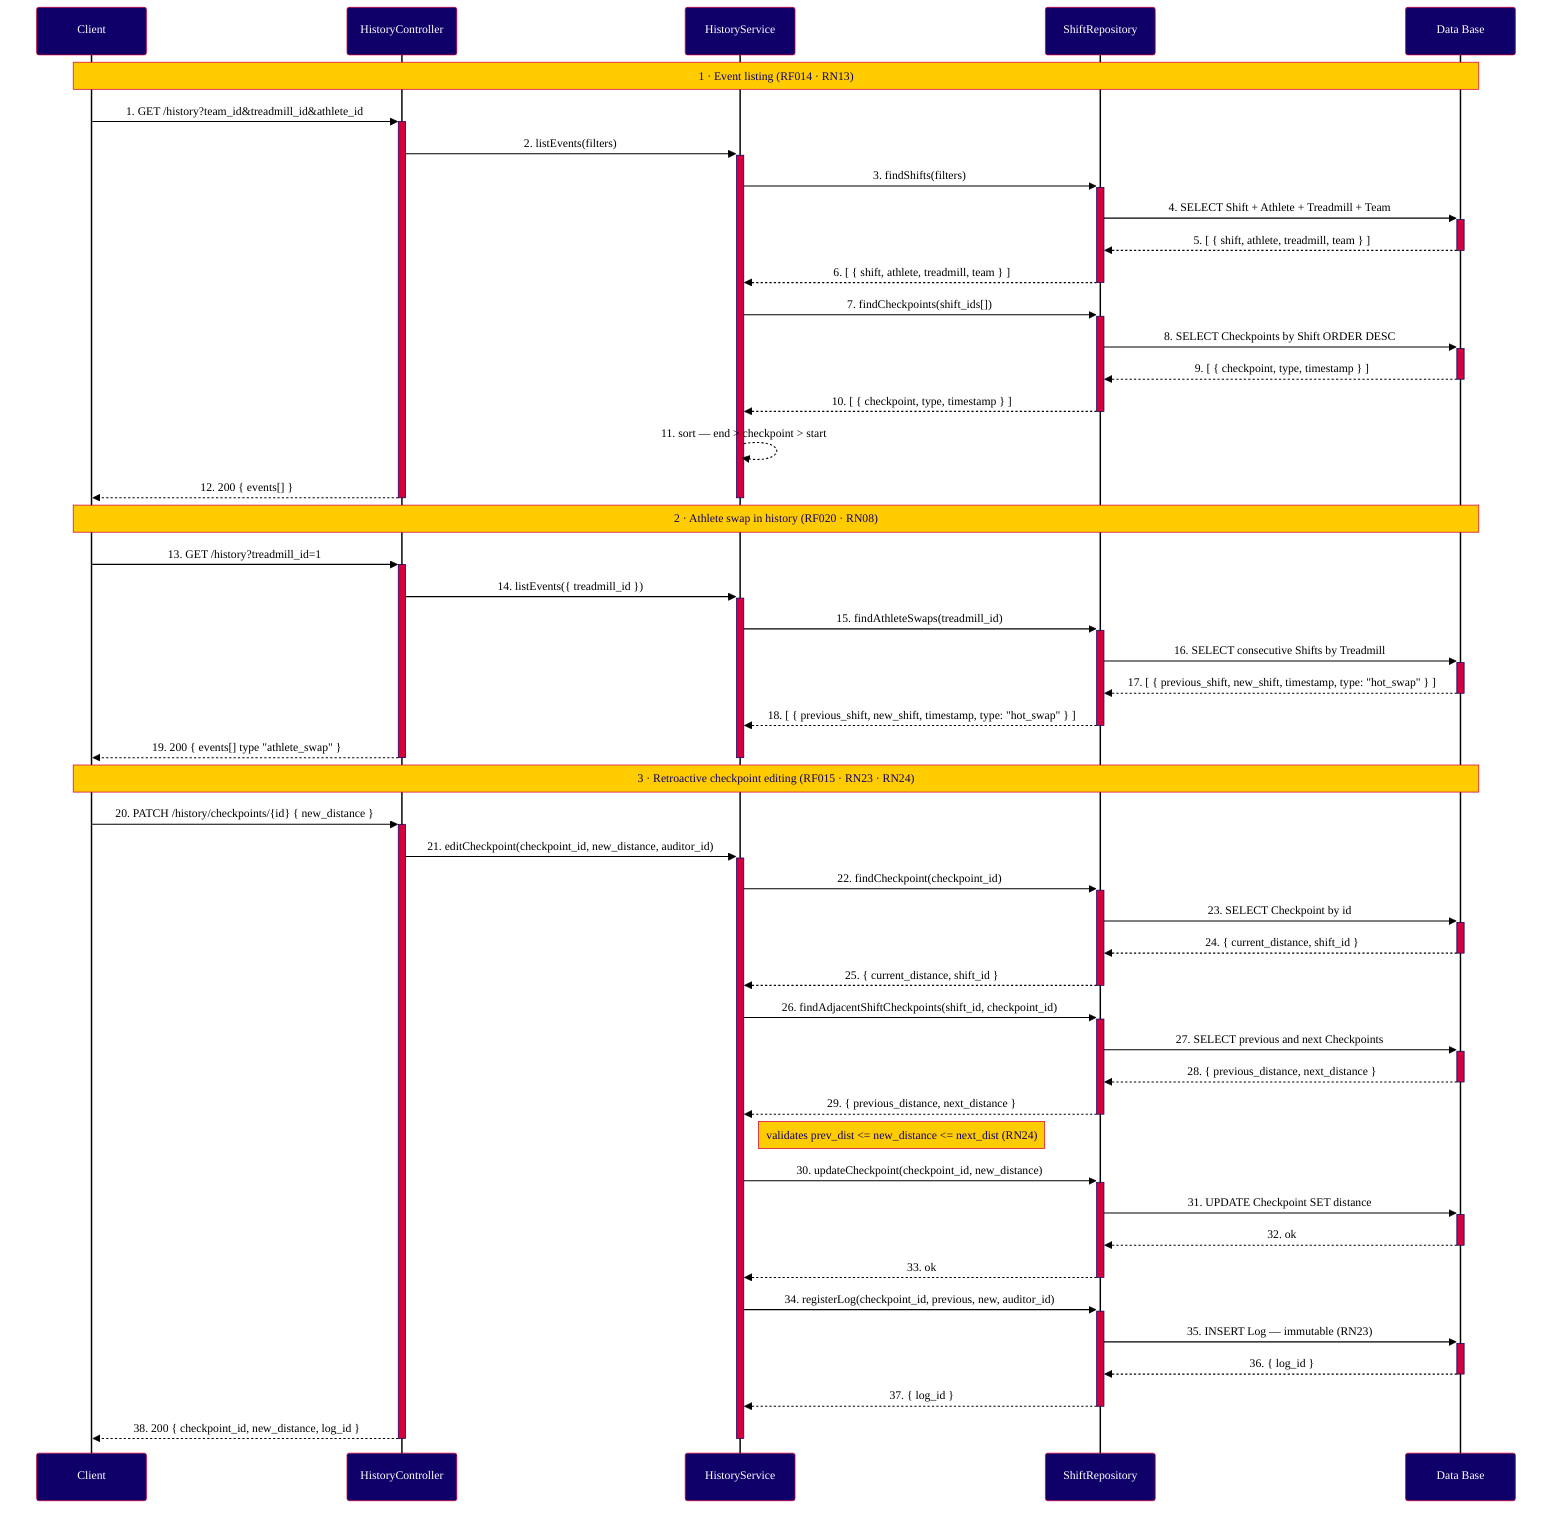
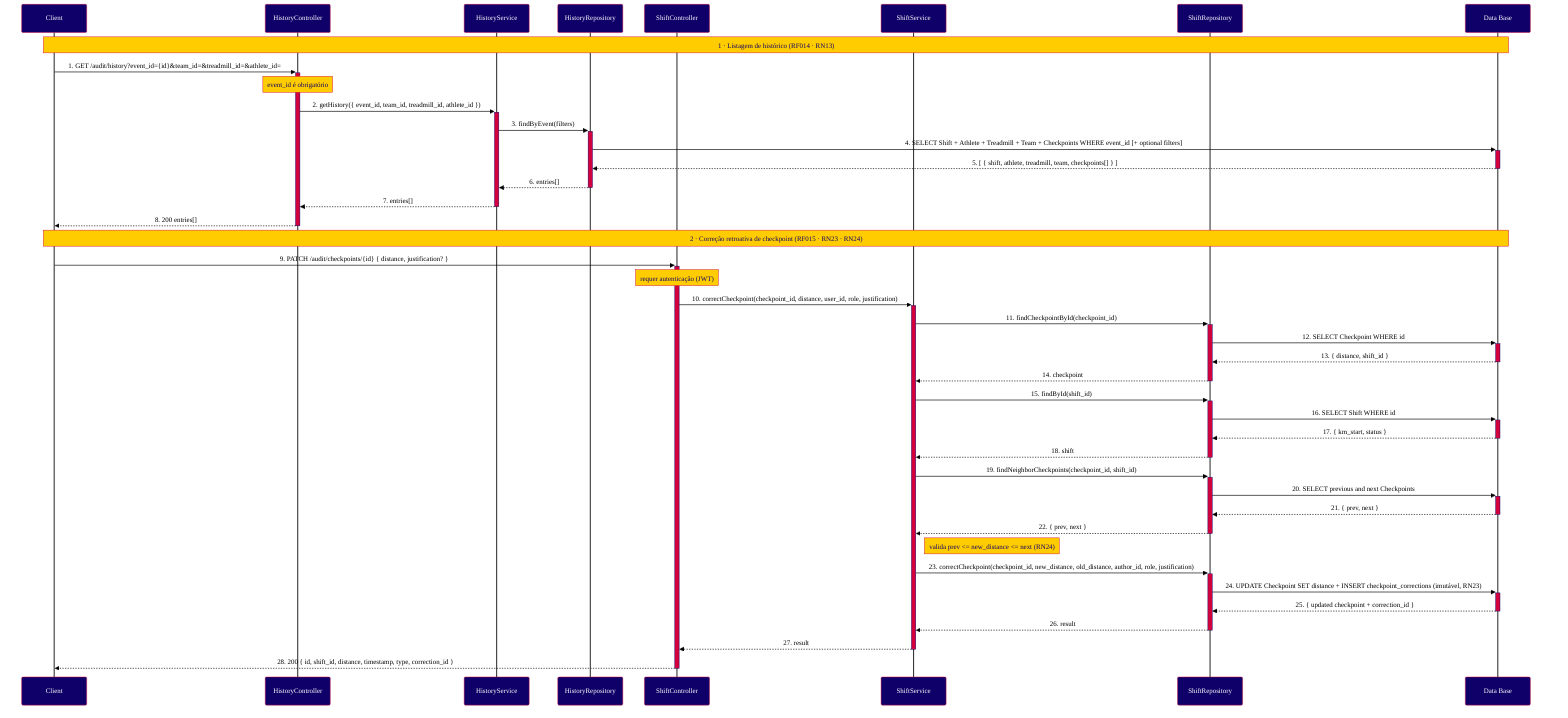

%%{init: {
  "theme": "base",
+   "background": "#ffffff",
  "themeVariables": {
    "primaryColor": "#0F0069",
    "primaryTextColor": "#FFFFFF",
    "primaryBorderColor": "#D2003C",
    "secondaryColor": "#D2003C",
    "secondaryTextColor": "#FFFFFF",
    "secondaryBorderColor": "#D2003C",
    "tertiaryColor": "#E8E8F5",
    "tertiaryTextColor": "#0F0069",
    "tertiaryBorderColor": "#0F0069",
    "noteBkgColor": "#FFCC00",
    "noteTextColor": "#0F0069",
    "noteBorderColor": "#D2003C",
    "activationBkgColor": "#D2003C",
    "activationBorderColor": "#0F0069",
    "actorBkg": "#0F0069",
    "actorTextColor": "#FFFFFF",
    "actorBorderColor": "#D2003C",
    "actorLineColor": "#000000",
    "signalColor": "#000000",
    "signalTextColor": "#000000",
    "labelBoxBkgColor": "#E8E8F5",
    "labelBoxBorderColor": "#0F0069",
    "labelTextColor": "#0F0069",
    "loopTextColor": "#0F0069",
    "fontFamily": "Arial, sans-serif",
    "fontSize": "14px",
    "background": "#FFFFFF"
  }
}}%%
sequenceDiagram
    participant C as Client
    participant HC as HistoryController
    participant HS as HistoryService
-     participant TR as ShiftRepository
+     participant HR as HistoryRepository
+     participant SC as ShiftController
+     participant SS as ShiftService
+     participant SR as ShiftRepository
    participant DB as Data Base

-     Note over C,DB: 1 · Event listing (RF014 · RN13)
+     Note over C,DB: 1 · Listagem de histórico (RF014 · RN13)

-     C->>+HC: 1. GET /history?team_id&treadmill_id&athlete_id
-     HC->>+HS: 2. listEvents(filters)
-     HS->>+TR: 3. findShifts(filters)
-     TR->>+DB: 4. SELECT Shift + Athlete + Treadmill + Team
-     DB-->>-TR: 5. [ { shift, athlete, treadmill, team } ]
-     TR-->>-HS: 6. [ { shift, athlete, treadmill, team } ]
+     C->>+HC: 1. GET /audit/history?event_id={id}&team_id=&treadmill_id=&athlete_id=
+     Note over HC: event_id é obrigatório
+     HC->>+HS: 2. getHistory({ event_id, team_id, treadmill_id, athlete_id })
+     HS->>+HR: 3. findByEvent(filters)
+     HR->>+DB: 4. SELECT Shift + Athlete + Treadmill + Team + Checkpoints WHERE event_id [+ optional filters]
+     DB-->>-HR: 5. [ { shift, athlete, treadmill, team, checkpoints[] } ]
+     HR-->>-HS: 6. entries[]
+     HS-->>-HC: 7. entries[]
+     HC-->>-C: 8. 200 entries[]

-     HS->>+TR: 7. findCheckpoints(shift_ids[])
-     TR->>+DB: 8. SELECT Checkpoints by Shift ORDER DESC
-     DB-->>-TR: 9. [ { checkpoint, type, timestamp } ]
-     TR-->>-HS: 10. [ { checkpoint, type, timestamp } ]
+     Note over C,DB: 2 · Correção retroativa de checkpoint (RF015 · RN23 · RN24)

-     HS-->>HS: 11. sort — end > checkpoint > start
-     HC-->>-C: 12. 200 { events[] }
-     deactivate HS
+     C->>+SC: 9. PATCH /audit/checkpoints/{id} { distance, justification? }
+     Note over SC: requer autenticação (JWT)
+     SC->>+SS: 10. correctCheckpoint(checkpoint_id, distance, user_id, role, justification)

-     Note over C,DB: 2 · Athlete swap in history (RF020 · RN08)
+     SS->>+SR: 11. findCheckpointById(checkpoint_id)
+     SR->>+DB: 12. SELECT Checkpoint WHERE id
+     DB-->>-SR: 13. { distance, shift_id }
+     SR-->>-SS: 14. checkpoint

-     C->>+HC: 13. GET /history?treadmill_id=1
-     HC->>+HS: 14. listEvents({ treadmill_id })
-     HS->>+TR: 15. findAthleteSwaps(treadmill_id)
-     TR->>+DB: 16. SELECT consecutive Shifts by Treadmill
-     DB-->>-TR: 17. [ { previous_shift, new_shift, timestamp, type: "hot_swap" } ]
-     TR-->>-HS: 18. [ { previous_shift, new_shift, timestamp, type: "hot_swap" } ]
+     SS->>+SR: 15. findById(shift_id)
+     SR->>+DB: 16. SELECT Shift WHERE id
+     DB-->>-SR: 17. { km_start, status }
+     SR-->>-SS: 18. shift

-     HC-->>-C: 19. 200 { events[] type "athlete_swap" }
-     deactivate HS
+     SS->>+SR: 19. findNeighborCheckpoints(checkpoint_id, shift_id)
+     SR->>+DB: 20. SELECT previous and next Checkpoints
+     DB-->>-SR: 21. { prev, next }
+     SR-->>-SS: 22. { prev, next }

-     Note over C,DB: 3 · Retroactive checkpoint editing (RF015 · RN23 · RN24)
+     Note right of SS: valida prev <= new_distance <= next (RN24)

-     C->>+HC: 20. PATCH /history/checkpoints/{id} { new_distance }
-     HC->>+HS: 21. editCheckpoint(checkpoint_id, new_distance, auditor_id)
- 
-     HS->>+TR: 22. findCheckpoint(checkpoint_id)
-     TR->>+DB: 23. SELECT Checkpoint by id
-     DB-->>-TR: 24. { current_distance, shift_id }
-     TR-->>-HS: 25. { current_distance, shift_id }
- 
-     HS->>+TR: 26. findAdjacentShiftCheckpoints(shift_id, checkpoint_id)
-     TR->>+DB: 27. SELECT previous and next Checkpoints
-     DB-->>-TR: 28. { previous_distance, next_distance }
-     TR-->>-HS: 29. { previous_distance, next_distance }
- 
-     Note right of HS: validates prev_dist <= new_distance <= next_dist (RN24)
- 
-     HS->>+TR: 30. updateCheckpoint(checkpoint_id, new_distance)
-     TR->>+DB: 31. UPDATE Checkpoint SET distance
-     DB-->>-TR: 32. ok
-     TR-->>-HS: 33. ok
- 
-     HS->>+TR: 34. registerLog(checkpoint_id, previous, new, auditor_id)
-     TR->>+DB: 35. INSERT Log — immutable (RN23)
-     DB-->>-TR: 36. { log_id }
-     TR-->>-HS: 37. { log_id }
- 
-     HC-->>-C: 38. 200 { checkpoint_id, new_distance, log_id }
-     deactivate HS+     SS->>+SR: 23. correctCheckpoint(checkpoint_id, new_distance, old_distance, author_id, role, justification)
+     SR->>+DB: 24. UPDATE Checkpoint SET distance + INSERT checkpoint_corrections (imutável, RN23)
+     DB-->>-SR: 25. { updated checkpoint + correction_id }
+     SR-->>-SS: 26. result
+     SS-->>-SC: 27. result
+     SC-->>-C: 28. 200 { id, shift_id, distance, timestamp, type, correction_id }
